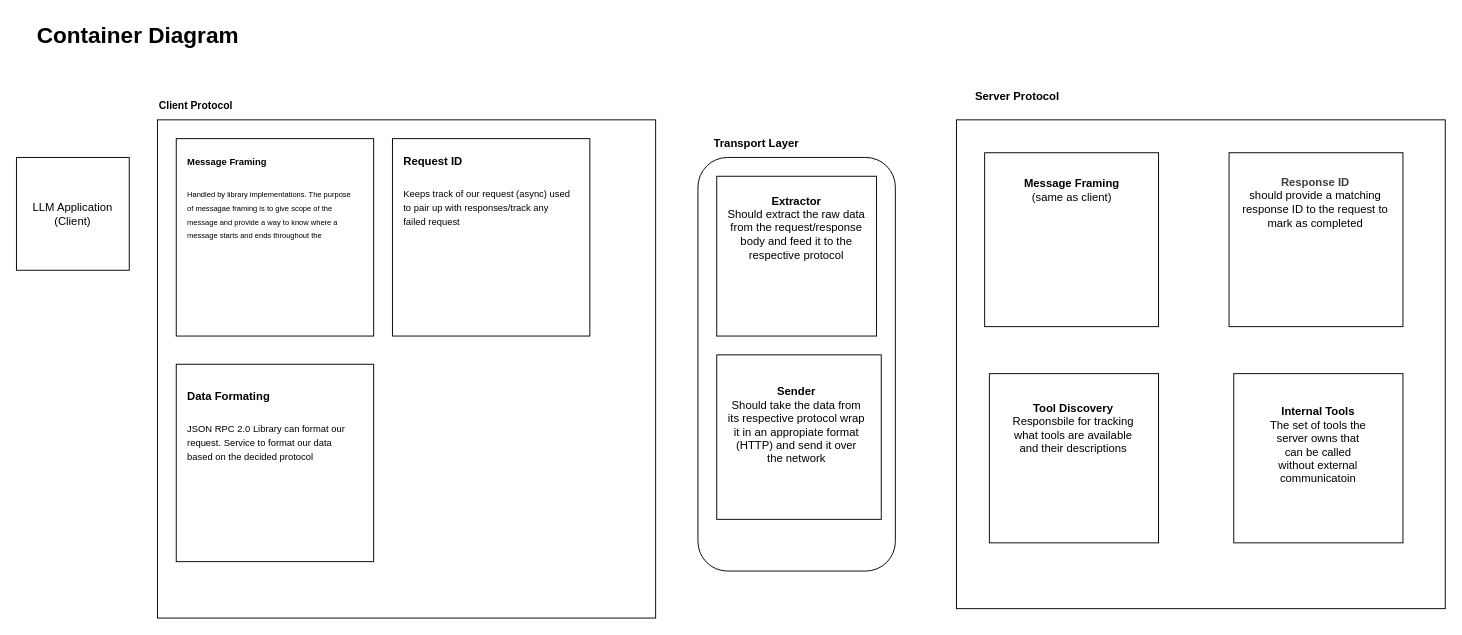
Akhil-Desai/backend-eng keeps this draw.io diagram as page "Container Diagram" (2 of 2) of scratch-mcp-server/C4_Model.drawio. Above is the earlier version. Source tidied: cells renumbered, new cells numbered last; positions are measured from the earlier drawing's top-left corner, leaving out a move shared by most shapes. Both pictures are drawn from the tidied source at 94%, with x=0, y=0 at pixel (16, 16).
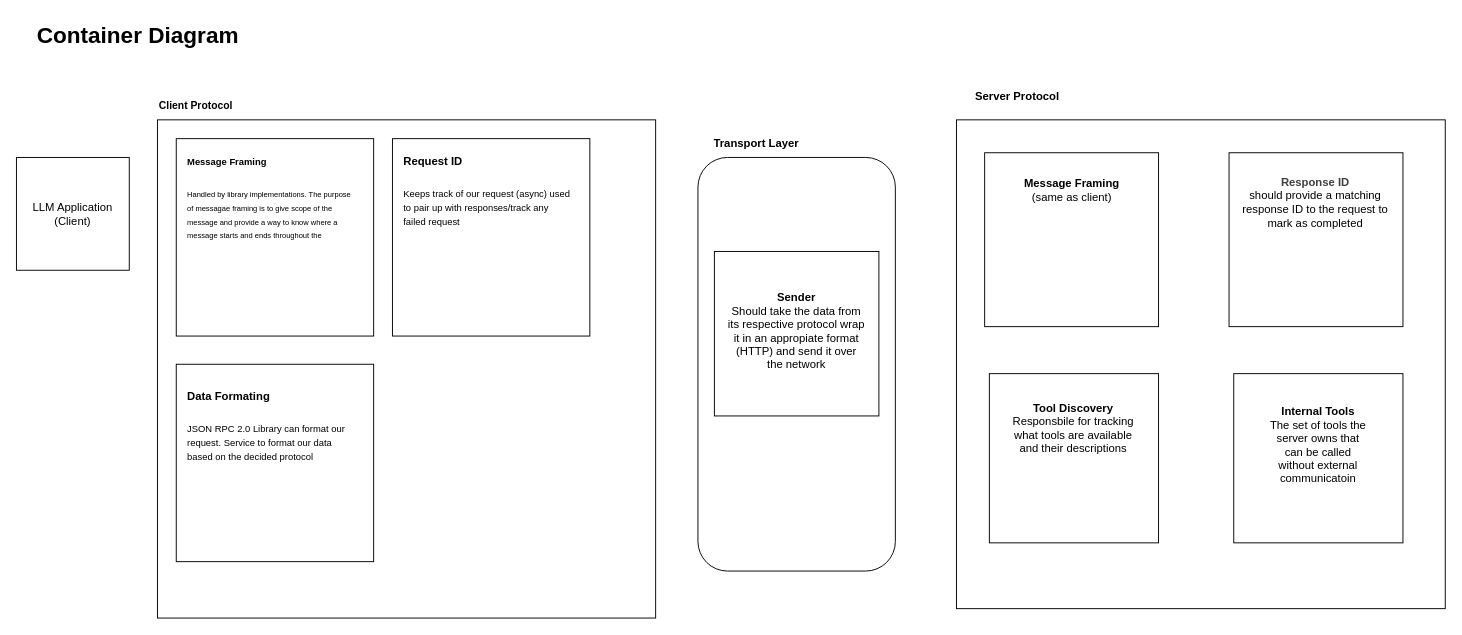
Above is the later version.

The edit, as a diff of the source:
```diff
@@
-    <mxCell id="14" style="whiteSpace=wrap;html=1;" parent="1" vertex="1">
-      <mxGeometry x="745" y="170" width="170" height="170" as="geometry" />
-    </mxCell>
     <mxCell id="15" style="whiteSpace=wrap;html=1;" parent="1" vertex="1">
-      <mxGeometry x="745" y="360" width="175" height="175" as="geometry" />
+      <mxGeometry x="742.5" y="250" width="175" height="175" as="geometry" />
     </mxCell>
-    <mxCell id="16" value="&lt;b&gt;Extractor&lt;br&gt;&lt;/b&gt;Should extract the raw data from the request/response body and feed it to the respective protocol" style="text;html=1;align=center;verticalAlign=middle;whiteSpace=wrap;rounded=0;" parent="1" vertex="1">
-      <mxGeometry x="755" y="180" width="150" height="90" as="geometry" />
-    </mxCell>
     <mxCell id="17" value="&lt;b&gt;Sender&lt;/b&gt;&lt;br&gt;Should take the data from its respective protocol wrap it in an appropiate format (HTTP) and send it over the network" style="text;html=1;align=center;verticalAlign=middle;whiteSpace=wrap;rounded=0;" parent="1" vertex="1">
-      <mxGeometry x="755" y="390" width="150" height="90" as="geometry" />
+      <mxGeometry x="755" y="290" width="150" height="90" as="geometry" />
     </mxCell>
```
